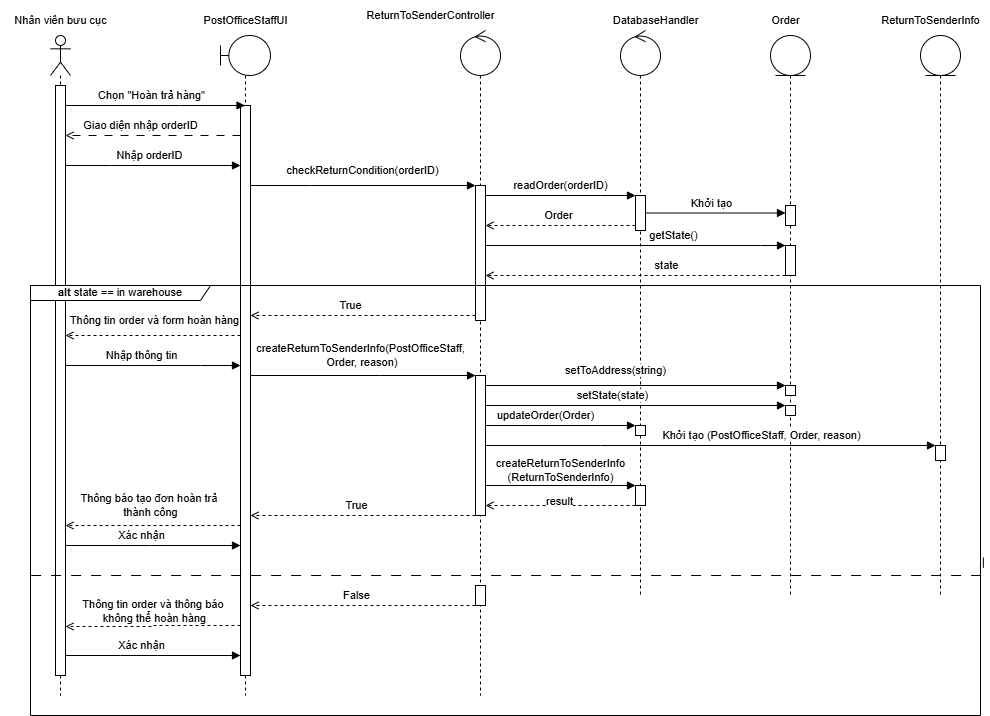
The draw.io diagram Sequence Diagram/SD Tạo yêu cầu hoàn hàng.png in IT3120-Phan-tich-va-thi-t-k-h-th-ng/BTL, before a commit. Source tidied: cells renumbered, new cells last; positions are measured from the earlier drawing's top-left corner, leaving out a move shared by most shapes.
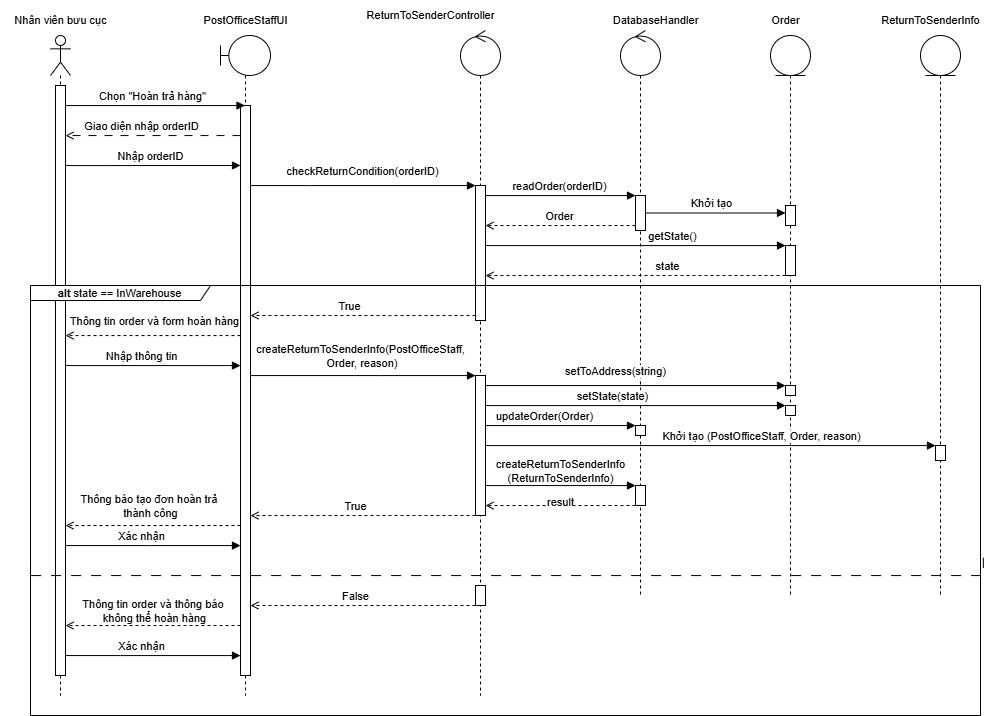
Above is the later version.

Commit message:
lorem ipsum

What changed in the source:
```diff
@@ -213,7 +213,7 @@
         <mxPoint x="20" y="-17" as="offset" />
       </mxGeometry>
     </mxCell>
-    <mxCell id="46" value="&lt;b&gt;alt&lt;/b&gt; state == in warehouse" style="shape=umlFrame;whiteSpace=wrap;html=1;fontFamily=Helvetica;fontSize=11;fontColor=default;labelBackgroundColor=default;width=180;height=15;" parent="1" vertex="1">
+    <mxCell id="46" value="&lt;b&gt;alt&lt;/b&gt; state == InWarehouse" style="shape=umlFrame;whiteSpace=wrap;html=1;fontFamily=Helvetica;fontSize=11;fontColor=default;labelBackgroundColor=default;width=180;height=15;" parent="1" vertex="1">
       <mxGeometry x="30" y="285" width="950" height="430" as="geometry" />
     </mxCell>
     <mxCell id="47" style="endArrow=none;startArrow=none;endFill=0;startFill=0;endSize=8;html=1;verticalAlign=bottom;dashed=1;labelBackgroundColor=none;dashPattern=10 10;rounded=0;strokeColor=default;align=center;fontFamily=Helvetica;fontSize=11;fontColor=default;edgeStyle=orthogonalEdgeStyle;curved=0;exitX=0;exitY=0.703;exitDx=0;exitDy=0;exitPerimeter=0;entryX=1.003;entryY=0.701;entryDx=0;entryDy=0;entryPerimeter=0;" parent="1" edge="1">
```
